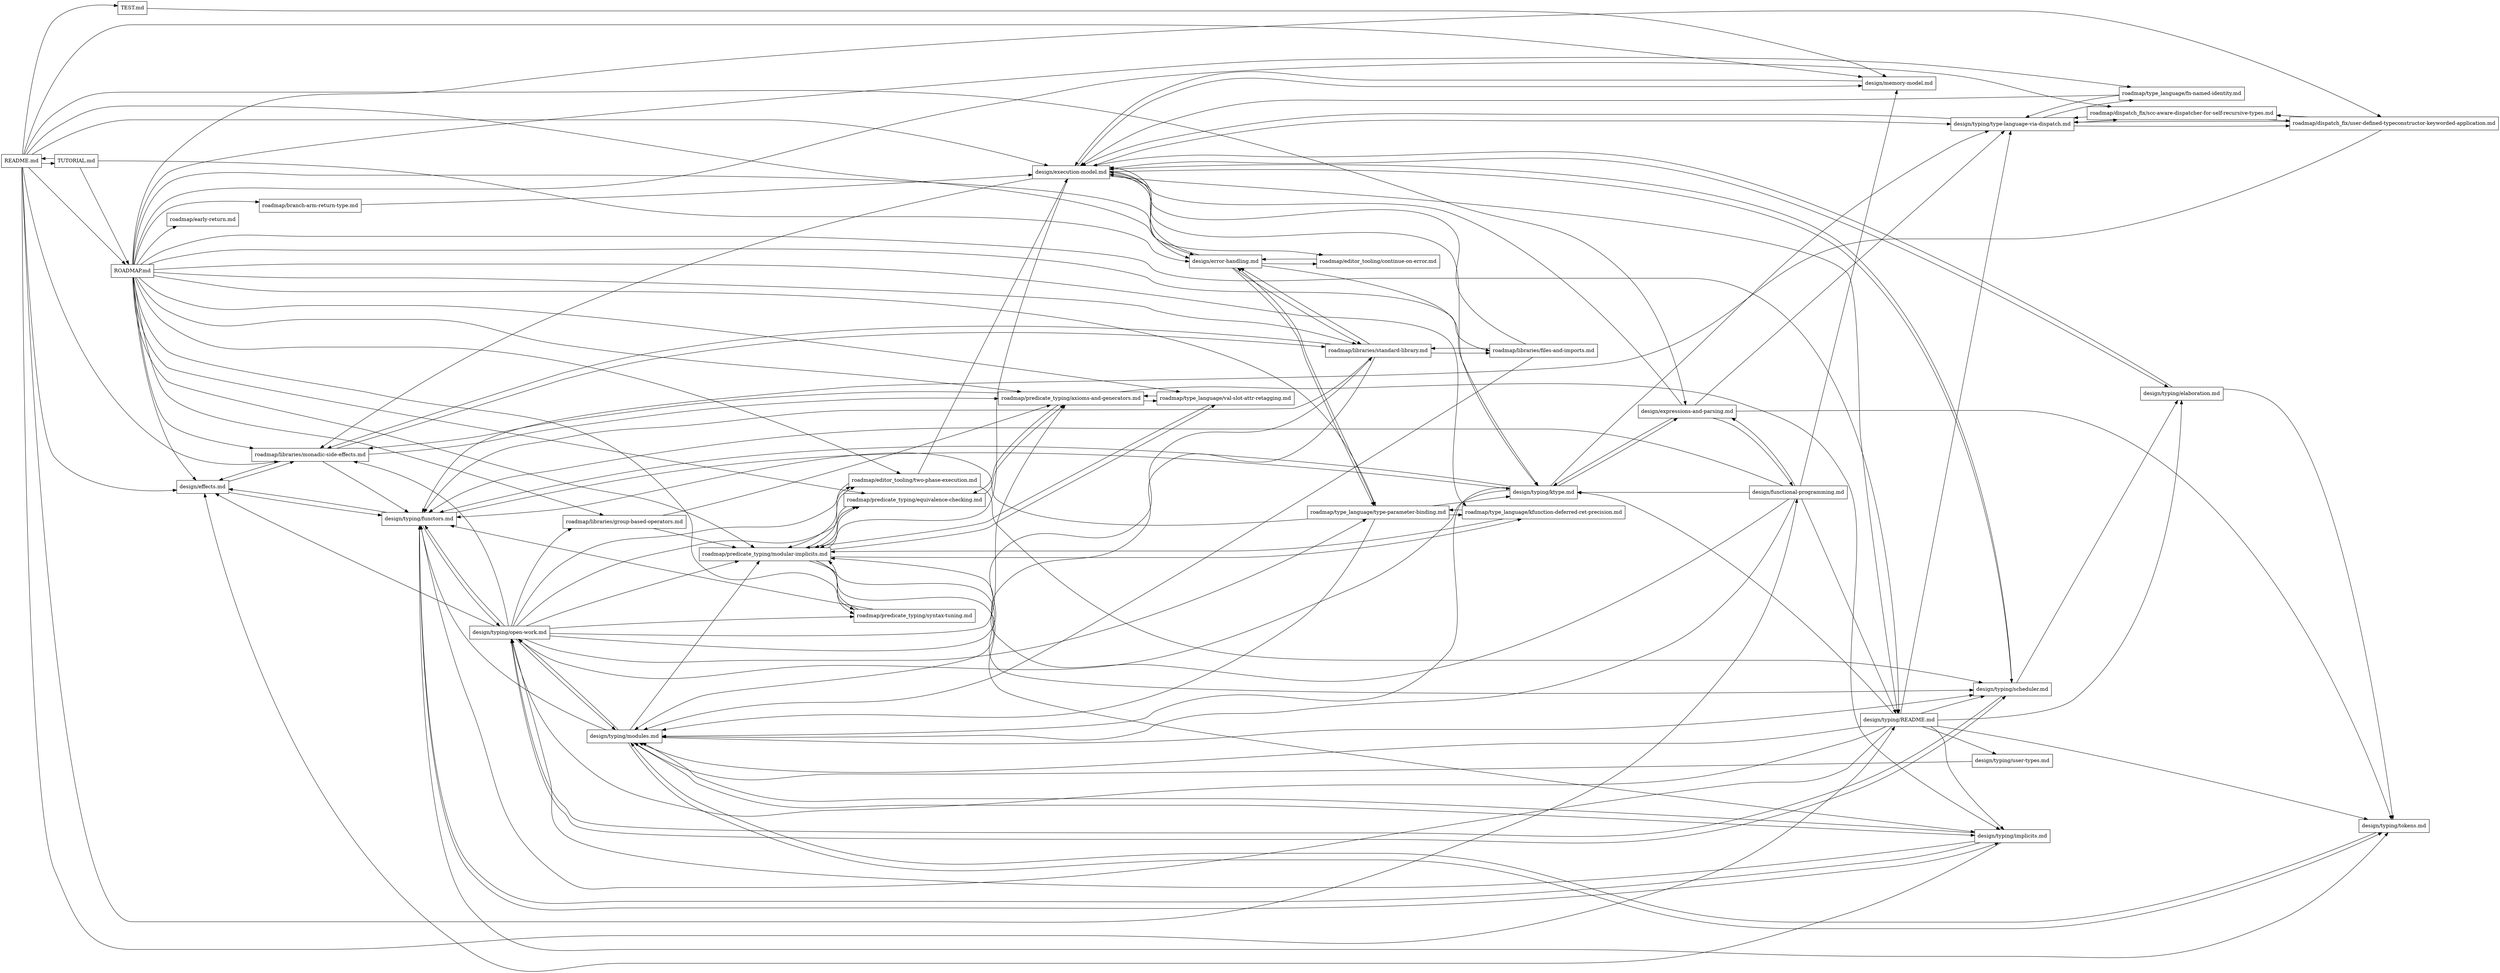
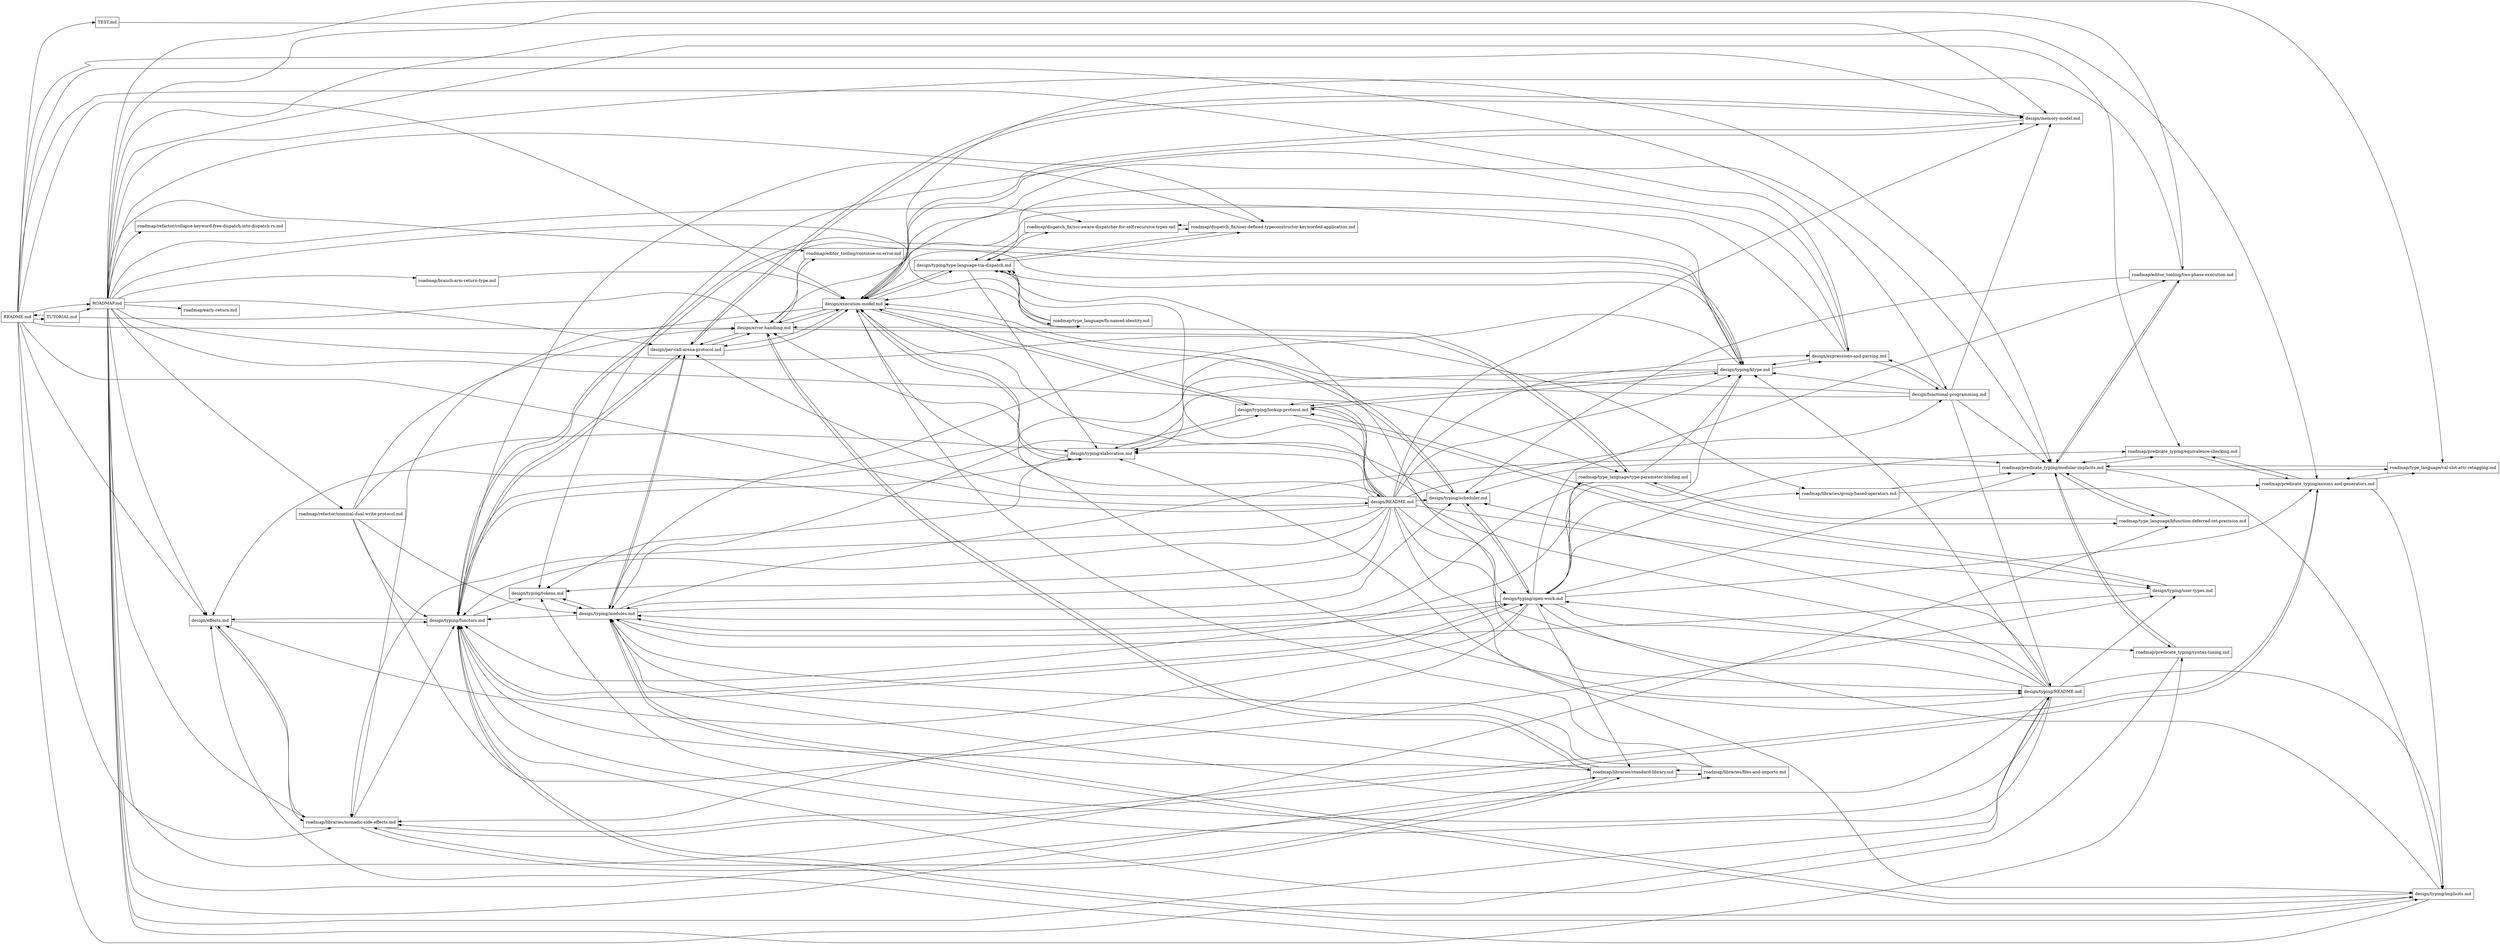
digraph docs {
  rankdir=LR;
  node [shape=box];
  "README.md" -> "ROADMAP.md";
  "README.md" -> "TEST.md";
  "README.md" -> "TUTORIAL.md";
+   "README.md" -> "design/README.md";
  "README.md" -> "design/effects.md";
  "README.md" -> "design/error-handling.md";
  "README.md" -> "design/execution-model.md";
  "README.md" -> "design/expressions-and-parsing.md";
  "README.md" -> "design/functional-programming.md";
  "README.md" -> "design/memory-model.md";
  "README.md" -> "design/typing/README.md";
  "README.md" -> "roadmap/libraries/monadic-side-effects.md";
  "ROADMAP.md" -> "design/effects.md";
+   "ROADMAP.md" -> "design/per-call-arena-protocol.md";
  "ROADMAP.md" -> "design/typing/README.md";
  "ROADMAP.md" -> "roadmap/branch-arm-return-type.md";
  "ROADMAP.md" -> "roadmap/dispatch_fix/scc-aware-dispatcher-for-self-recursive-types.md";
  "ROADMAP.md" -> "roadmap/dispatch_fix/user-defined-typeconstructor-keyworded-application.md";
  "ROADMAP.md" -> "roadmap/early-return.md";
  "ROADMAP.md" -> "roadmap/editor_tooling/continue-on-error.md";
  "ROADMAP.md" -> "roadmap/editor_tooling/two-phase-execution.md";
  "ROADMAP.md" -> "roadmap/libraries/files-and-imports.md";
  "ROADMAP.md" -> "roadmap/libraries/group-based-operators.md";
  "ROADMAP.md" -> "roadmap/libraries/monadic-side-effects.md";
  "ROADMAP.md" -> "roadmap/libraries/standard-library.md";
  "ROADMAP.md" -> "roadmap/predicate_typing/axioms-and-generators.md";
  "ROADMAP.md" -> "roadmap/predicate_typing/equivalence-checking.md";
  "ROADMAP.md" -> "roadmap/predicate_typing/modular-implicits.md";
  "ROADMAP.md" -> "roadmap/predicate_typing/syntax-tuning.md";
+   "ROADMAP.md" -> "roadmap/refactor/collapse-keyword-free-dispatch-into-dispatch-rs.md";
+   "ROADMAP.md" -> "roadmap/refactor/nominal-dual-write-protocol.md";
  "ROADMAP.md" -> "roadmap/type_language/fn-named-identity.md";
  "ROADMAP.md" -> "roadmap/type_language/kfunction-deferred-ret-precision.md";
  "ROADMAP.md" -> "roadmap/type_language/type-parameter-binding.md";
  "ROADMAP.md" -> "roadmap/type_language/val-slot-attr-retagging.md";
  "TEST.md" -> "design/memory-model.md";
  "TUTORIAL.md" -> "README.md";
  "TUTORIAL.md" -> "ROADMAP.md";
  "TUTORIAL.md" -> "design/error-handling.md";
+   "design/README.md" -> "design/effects.md";
+   "design/README.md" -> "design/error-handling.md";
+   "design/README.md" -> "design/execution-model.md";
+   "design/README.md" -> "design/expressions-and-parsing.md";
+   "design/README.md" -> "design/functional-programming.md";
+   "design/README.md" -> "design/memory-model.md";
+   "design/README.md" -> "design/per-call-arena-protocol.md";
+   "design/README.md" -> "design/typing/README.md";
+   "design/README.md" -> "design/typing/elaboration.md";
+   "design/README.md" -> "design/typing/functors.md";
+   "design/README.md" -> "design/typing/implicits.md";
+   "design/README.md" -> "design/typing/ktype.md";
+   "design/README.md" -> "design/typing/lookup-protocol.md";
+   "design/README.md" -> "design/typing/modules.md";
+   "design/README.md" -> "design/typing/open-work.md";
+   "design/README.md" -> "design/typing/scheduler.md";
+   "design/README.md" -> "design/typing/tokens.md";
+   "design/README.md" -> "design/typing/type-language-via-dispatch.md";
+   "design/README.md" -> "design/typing/user-types.md";
+   "design/README.md" -> "roadmap/libraries/monadic-side-effects.md";
  "design/effects.md" -> "design/typing/functors.md";
  "design/effects.md" -> "roadmap/libraries/monadic-side-effects.md";
  "design/error-handling.md" -> "design/execution-model.md";
+   "design/error-handling.md" -> "design/per-call-arena-protocol.md";
  "design/error-handling.md" -> "design/typing/ktype.md";
  "design/error-handling.md" -> "roadmap/editor_tooling/continue-on-error.md";
  "design/error-handling.md" -> "roadmap/libraries/standard-library.md";
  "design/error-handling.md" -> "roadmap/type_language/type-parameter-binding.md";
  "design/execution-model.md" -> "design/error-handling.md";
  "design/execution-model.md" -> "design/memory-model.md";
+   "design/execution-model.md" -> "design/per-call-arena-protocol.md";
  "design/execution-model.md" -> "design/typing/README.md";
  "design/execution-model.md" -> "design/typing/elaboration.md";
  "design/execution-model.md" -> "design/typing/ktype.md";
+   "design/execution-model.md" -> "design/typing/lookup-protocol.md";
  "design/execution-model.md" -> "design/typing/scheduler.md";
  "design/execution-model.md" -> "design/typing/type-language-via-dispatch.md";
  "design/execution-model.md" -> "roadmap/libraries/monadic-side-effects.md";
  "design/execution-model.md" -> "roadmap/predicate_typing/modular-implicits.md";
  "design/expressions-and-parsing.md" -> "design/execution-model.md";
  "design/expressions-and-parsing.md" -> "design/functional-programming.md";
  "design/expressions-and-parsing.md" -> "design/typing/ktype.md";
  "design/expressions-and-parsing.md" -> "design/typing/tokens.md";
  "design/expressions-and-parsing.md" -> "design/typing/type-language-via-dispatch.md";
  "design/functional-programming.md" -> "design/expressions-and-parsing.md";
  "design/functional-programming.md" -> "design/memory-model.md";
  "design/functional-programming.md" -> "design/typing/README.md";
  "design/functional-programming.md" -> "design/typing/functors.md";
  "design/functional-programming.md" -> "design/typing/ktype.md";
  "design/functional-programming.md" -> "design/typing/modules.md";
  "design/functional-programming.md" -> "roadmap/predicate_typing/modular-implicits.md";
  "design/memory-model.md" -> "design/execution-model.md";
+   "design/memory-model.md" -> "design/per-call-arena-protocol.md";
+   "design/per-call-arena-protocol.md" -> "design/error-handling.md";
+   "design/per-call-arena-protocol.md" -> "design/execution-model.md";
+   "design/per-call-arena-protocol.md" -> "design/memory-model.md";
+   "design/per-call-arena-protocol.md" -> "design/typing/functors.md";
+   "design/per-call-arena-protocol.md" -> "design/typing/modules.md";
  "design/typing/README.md" -> "design/typing/elaboration.md";
  "design/typing/README.md" -> "design/typing/functors.md";
  "design/typing/README.md" -> "design/typing/implicits.md";
  "design/typing/README.md" -> "design/typing/ktype.md";
+   "design/typing/README.md" -> "design/typing/lookup-protocol.md";
  "design/typing/README.md" -> "design/typing/modules.md";
  "design/typing/README.md" -> "design/typing/open-work.md";
  "design/typing/README.md" -> "design/typing/scheduler.md";
  "design/typing/README.md" -> "design/typing/tokens.md";
  "design/typing/README.md" -> "design/typing/type-language-via-dispatch.md";
  "design/typing/README.md" -> "design/typing/user-types.md";
  "design/typing/elaboration.md" -> "design/execution-model.md";
+   "design/typing/elaboration.md" -> "design/typing/lookup-protocol.md";
  "design/typing/elaboration.md" -> "design/typing/tokens.md";
  "design/typing/functors.md" -> "design/effects.md";
+   "design/typing/functors.md" -> "design/per-call-arena-protocol.md";
+   "design/typing/functors.md" -> "design/typing/elaboration.md";
  "design/typing/functors.md" -> "design/typing/implicits.md";
  "design/typing/functors.md" -> "design/typing/ktype.md";
  "design/typing/functors.md" -> "design/typing/open-work.md";
  "design/typing/functors.md" -> "design/typing/tokens.md";
  "design/typing/implicits.md" -> "design/effects.md";
  "design/typing/implicits.md" -> "design/typing/functors.md";
  "design/typing/implicits.md" -> "design/typing/modules.md";
  "design/typing/implicits.md" -> "design/typing/open-work.md";
  "design/typing/ktype.md" -> "design/expressions-and-parsing.md";
+   "design/typing/ktype.md" -> "design/typing/elaboration.md";
  "design/typing/ktype.md" -> "design/typing/functors.md";
+   "design/typing/ktype.md" -> "design/typing/lookup-protocol.md";
  "design/typing/ktype.md" -> "design/typing/modules.md";
  "design/typing/ktype.md" -> "design/typing/open-work.md";
  "design/typing/ktype.md" -> "design/typing/type-language-via-dispatch.md";
+   "design/typing/lookup-protocol.md" -> "design/README.md";
+   "design/typing/lookup-protocol.md" -> "design/execution-model.md";
+   "design/typing/lookup-protocol.md" -> "design/typing/elaboration.md";
+   "design/typing/lookup-protocol.md" -> "design/typing/ktype.md";
+   "design/typing/lookup-protocol.md" -> "design/typing/user-types.md";
+   "design/typing/modules.md" -> "design/per-call-arena-protocol.md";
  "design/typing/modules.md" -> "design/typing/functors.md";
  "design/typing/modules.md" -> "design/typing/implicits.md";
  "design/typing/modules.md" -> "design/typing/open-work.md";
  "design/typing/modules.md" -> "design/typing/scheduler.md";
  "design/typing/modules.md" -> "design/typing/tokens.md";
  "design/typing/modules.md" -> "roadmap/predicate_typing/modular-implicits.md";
  "design/typing/open-work.md" -> "design/effects.md";
  "design/typing/open-work.md" -> "design/typing/functors.md";
  "design/typing/open-work.md" -> "design/typing/modules.md";
  "design/typing/open-work.md" -> "design/typing/scheduler.md";
  "design/typing/open-work.md" -> "roadmap/editor_tooling/two-phase-execution.md";
  "design/typing/open-work.md" -> "roadmap/libraries/group-based-operators.md";
  "design/typing/open-work.md" -> "roadmap/libraries/monadic-side-effects.md";
  "design/typing/open-work.md" -> "roadmap/libraries/standard-library.md";
  "design/typing/open-work.md" -> "roadmap/predicate_typing/axioms-and-generators.md";
  "design/typing/open-work.md" -> "roadmap/predicate_typing/equivalence-checking.md";
  "design/typing/open-work.md" -> "roadmap/predicate_typing/modular-implicits.md";
  "design/typing/open-work.md" -> "roadmap/predicate_typing/syntax-tuning.md";
  "design/typing/open-work.md" -> "roadmap/type_language/type-parameter-binding.md";
  "design/typing/scheduler.md" -> "design/execution-model.md";
  "design/typing/scheduler.md" -> "design/typing/elaboration.md";
  "design/typing/scheduler.md" -> "design/typing/open-work.md";
  "design/typing/tokens.md" -> "design/typing/modules.md";
  "design/typing/type-language-via-dispatch.md" -> "design/execution-model.md";
+   "design/typing/type-language-via-dispatch.md" -> "design/typing/elaboration.md";
  "design/typing/type-language-via-dispatch.md" -> "roadmap/dispatch_fix/scc-aware-dispatcher-for-self-recursive-types.md";
  "design/typing/type-language-via-dispatch.md" -> "roadmap/dispatch_fix/user-defined-typeconstructor-keyworded-application.md";
  "design/typing/type-language-via-dispatch.md" -> "roadmap/type_language/fn-named-identity.md";
+   "design/typing/user-types.md" -> "design/typing/lookup-protocol.md";
  "design/typing/user-types.md" -> "design/typing/modules.md";
  "roadmap/branch-arm-return-type.md" -> "design/execution-model.md";
  "roadmap/dispatch_fix/scc-aware-dispatcher-for-self-recursive-types.md" -> "design/typing/type-language-via-dispatch.md";
  "roadmap/dispatch_fix/scc-aware-dispatcher-for-self-recursive-types.md" -> "roadmap/dispatch_fix/user-defined-typeconstructor-keyworded-application.md";
  "roadmap/dispatch_fix/user-defined-typeconstructor-keyworded-application.md" -> "design/typing/functors.md";
  "roadmap/dispatch_fix/user-defined-typeconstructor-keyworded-application.md" -> "design/typing/type-language-via-dispatch.md";
  "roadmap/dispatch_fix/user-defined-typeconstructor-keyworded-application.md" -> "roadmap/dispatch_fix/scc-aware-dispatcher-for-self-recursive-types.md";
  "roadmap/editor_tooling/continue-on-error.md" -> "design/error-handling.md";
  "roadmap/editor_tooling/two-phase-execution.md" -> "design/execution-model.md";
  "roadmap/editor_tooling/two-phase-execution.md" -> "design/typing/scheduler.md";
  "roadmap/editor_tooling/two-phase-execution.md" -> "roadmap/predicate_typing/modular-implicits.md";
  "roadmap/libraries/files-and-imports.md" -> "design/execution-model.md";
  "roadmap/libraries/files-and-imports.md" -> "design/typing/modules.md";
  "roadmap/libraries/files-and-imports.md" -> "roadmap/libraries/standard-library.md";
  "roadmap/libraries/group-based-operators.md" -> "roadmap/predicate_typing/axioms-and-generators.md";
  "roadmap/libraries/group-based-operators.md" -> "roadmap/predicate_typing/modular-implicits.md";
  "roadmap/libraries/monadic-side-effects.md" -> "design/effects.md";
  "roadmap/libraries/monadic-side-effects.md" -> "design/typing/functors.md";
  "roadmap/libraries/monadic-side-effects.md" -> "roadmap/libraries/standard-library.md";
  "roadmap/libraries/monadic-side-effects.md" -> "roadmap/predicate_typing/axioms-and-generators.md";
  "roadmap/libraries/standard-library.md" -> "design/error-handling.md";
  "roadmap/libraries/standard-library.md" -> "design/typing/functors.md";
  "roadmap/libraries/standard-library.md" -> "design/typing/modules.md";
  "roadmap/libraries/standard-library.md" -> "roadmap/libraries/files-and-imports.md";
  "roadmap/libraries/standard-library.md" -> "roadmap/libraries/monadic-side-effects.md";
  "roadmap/predicate_typing/axioms-and-generators.md" -> "design/typing/implicits.md";
  "roadmap/predicate_typing/axioms-and-generators.md" -> "roadmap/libraries/monadic-side-effects.md";
  "roadmap/predicate_typing/axioms-and-generators.md" -> "roadmap/predicate_typing/equivalence-checking.md";
  "roadmap/predicate_typing/axioms-and-generators.md" -> "roadmap/type_language/val-slot-attr-retagging.md";
  "roadmap/predicate_typing/equivalence-checking.md" -> "roadmap/predicate_typing/axioms-and-generators.md";
  "roadmap/predicate_typing/equivalence-checking.md" -> "roadmap/predicate_typing/modular-implicits.md";
  "roadmap/predicate_typing/modular-implicits.md" -> "design/typing/implicits.md";
  "roadmap/predicate_typing/modular-implicits.md" -> "design/typing/scheduler.md";
  "roadmap/predicate_typing/modular-implicits.md" -> "roadmap/editor_tooling/two-phase-execution.md";
  "roadmap/predicate_typing/modular-implicits.md" -> "roadmap/predicate_typing/equivalence-checking.md";
  "roadmap/predicate_typing/modular-implicits.md" -> "roadmap/predicate_typing/syntax-tuning.md";
  "roadmap/predicate_typing/modular-implicits.md" -> "roadmap/type_language/kfunction-deferred-ret-precision.md";
  "roadmap/predicate_typing/modular-implicits.md" -> "roadmap/type_language/val-slot-attr-retagging.md";
  "roadmap/predicate_typing/syntax-tuning.md" -> "design/typing/functors.md";
  "roadmap/predicate_typing/syntax-tuning.md" -> "roadmap/predicate_typing/modular-implicits.md";
+   "roadmap/refactor/nominal-dual-write-protocol.md" -> "design/error-handling.md";
+   "roadmap/refactor/nominal-dual-write-protocol.md" -> "design/typing/elaboration.md";
+   "roadmap/refactor/nominal-dual-write-protocol.md" -> "design/typing/functors.md";
+   "roadmap/refactor/nominal-dual-write-protocol.md" -> "design/typing/modules.md";
+   "roadmap/refactor/nominal-dual-write-protocol.md" -> "design/typing/user-types.md";
  "roadmap/type_language/fn-named-identity.md" -> "design/execution-model.md";
  "roadmap/type_language/fn-named-identity.md" -> "design/typing/type-language-via-dispatch.md";
  "roadmap/type_language/kfunction-deferred-ret-precision.md" -> "roadmap/predicate_typing/modular-implicits.md";
  "roadmap/type_language/kfunction-deferred-ret-precision.md" -> "roadmap/type_language/type-parameter-binding.md";
  "roadmap/type_language/type-parameter-binding.md" -> "design/error-handling.md";
  "roadmap/type_language/type-parameter-binding.md" -> "design/typing/functors.md";
  "roadmap/type_language/type-parameter-binding.md" -> "design/typing/ktype.md";
  "roadmap/type_language/type-parameter-binding.md" -> "design/typing/modules.md";
  "roadmap/type_language/type-parameter-binding.md" -> "roadmap/type_language/kfunction-deferred-ret-precision.md";
  "roadmap/type_language/val-slot-attr-retagging.md" -> "roadmap/predicate_typing/axioms-and-generators.md";
  "roadmap/type_language/val-slot-attr-retagging.md" -> "roadmap/predicate_typing/modular-implicits.md";
}
